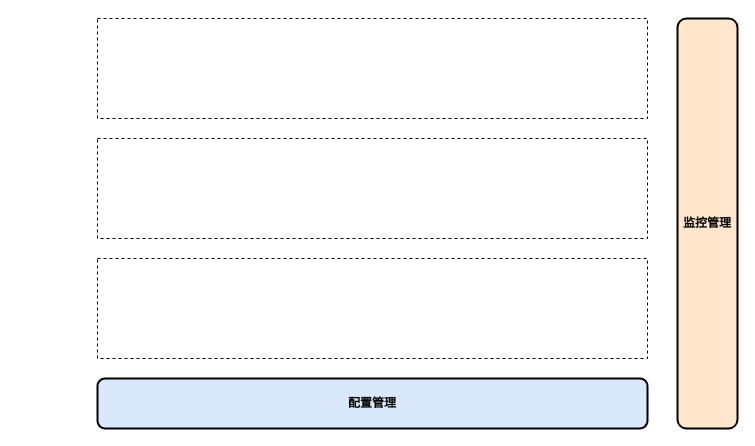
The draw.io diagram girlfriend.drawio in Jev0987/drawioFile, before the edit. Source tidied: cells renumbered, new cells numbered last; positions are measured from the earlier drawing's top-left corner, leaving out a move shared by most shapes. Both pictures are drawn from the tidied source at 100%, with x=0, y=0 at pixel (97, 18).
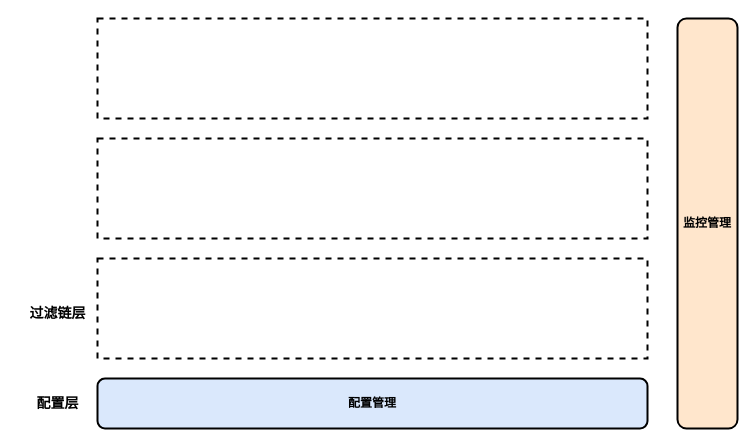
Above is the later version.

Diff of the diagram source:
```diff
@@
 <mxGraphModel>
   <root>
     <mxCell id="0" />
     <mxCell id="1" parent="0" />
     <mxCell id="2" value="&lt;b&gt;配置管理&lt;/b&gt;" style="rounded=1;whiteSpace=wrap;html=1;fillColor=#dae8fc;strokeColor=#000000;strokeWidth=2;" parent="1" vertex="1">
       <mxGeometry y="360" width="550" height="50" as="geometry" />
     </mxCell>
-    <mxCell id="3" style="rounded=0;whiteSpace=wrap;html=1;fillColor=none;dashed=1;" parent="1" vertex="1">
+    <mxCell id="3" style="rounded=0;whiteSpace=wrap;html=1;fillColor=none;dashed=1;strokeWidth=2;" parent="1" vertex="1">
       <mxGeometry y="240" width="550" height="100" as="geometry" />
     </mxCell>
-    <mxCell id="4" style="rounded=0;whiteSpace=wrap;html=1;fillColor=none;dashed=1;" parent="1" vertex="1">
+    <mxCell id="4" style="rounded=0;whiteSpace=wrap;html=1;fillColor=none;dashed=1;strokeWidth=2;" parent="1" vertex="1">
       <mxGeometry y="120" width="550" height="100" as="geometry" />
     </mxCell>
-    <mxCell id="5" style="rounded=0;whiteSpace=wrap;html=1;fillColor=none;dashed=1;" parent="1" vertex="1">
+    <mxCell id="5" style="rounded=0;whiteSpace=wrap;html=1;fillColor=none;dashed=1;strokeWidth=2;" parent="1" vertex="1">
       <mxGeometry width="550" height="100" as="geometry" />
     </mxCell>
     <mxCell id="6" value="&lt;b&gt;监控管理&lt;/b&gt;" style="rounded=1;whiteSpace=wrap;html=1;fillColor=#ffe6cc;strokeColor=#000000;strokeWidth=2;" parent="1" vertex="1">
       <mxGeometry x="580" width="60" height="410" as="geometry" />
     </mxCell>
+    <mxCell id="7" value="&lt;b&gt;&lt;font style=&quot;font-size: 14px;&quot;&gt;配置层&lt;/font&gt;&lt;/b&gt;" style="text;html=1;align=center;verticalAlign=middle;strokeColor=none;fillColor=none;" parent="1" vertex="1">
+      <mxGeometry x="-75" y="370" width="70" height="30" as="geometry" />
+    </mxCell>
+    <mxCell id="8" value="&lt;b&gt;&lt;font style=&quot;font-size: 14px;&quot;&gt;过滤链层&lt;/font&gt;&lt;/b&gt;" style="text;html=1;align=center;verticalAlign=middle;strokeColor=none;fillColor=none;" parent="1" vertex="1">
+      <mxGeometry x="-80" y="280" width="80" height="30" as="geometry" />
+    </mxCell>
   </root>
 </mxGraphModel>
```
